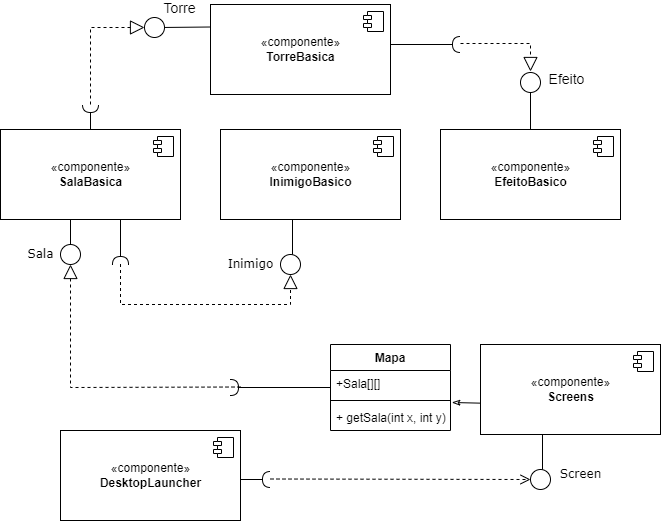
Grupo-Gustavo-Rodrigo-lab05/TrabPOO keeps this draw.io diagram as assets/DiagramaGeralComponentes.png. Above is the earlier version. Source tidied: cells renumbered, new cells last; positions are measured from the earlier drawing's top-left corner, leaving out a move shared by most shapes. Its diagram source:
```xml
<mxGraphModel>
  <root>
    <mxCell id="0" />
    <mxCell id="1" parent="0" />
    <mxCell id="2" style="edgeStyle=none;rounded=0;jettySize=auto;html=1;exitX=0.75;exitY=1;exitDx=0;exitDy=0;endArrow=halfCircle;endFill=0;" parent="1" edge="1" source="4">
      <mxGeometry relative="1" as="geometry">
        <mxPoint x="120" y="280" as="targetPoint" />
      </mxGeometry>
    </mxCell>
    <mxCell id="3" style="edgeStyle=none;rounded=0;jettySize=auto;html=1;endArrow=halfCircle;endFill=0;" parent="1" edge="1" source="4">
      <mxGeometry relative="1" as="geometry">
        <mxPoint x="90" y="120" as="targetPoint" />
      </mxGeometry>
    </mxCell>
    <mxCell id="4" value="Salas" style="shape=component;align=left;spacingLeft=36;rounded=0;shadow=0;comic=0;labelBackgroundColor=none;strokeWidth=1;fontFamily=Verdana;fontSize=12;html=1;" parent="1" vertex="1">
      <mxGeometry x="30" y="175" width="120" height="60" as="geometry" />
    </mxCell>
    <mxCell id="5" style="ellipse;whiteSpace=wrap;html=1;rounded=0;shadow=0;comic=0;labelBackgroundColor=none;strokeWidth=1;fontFamily=Verdana;fontSize=12;align=center;" parent="1" vertex="1">
      <mxGeometry x="60" y="260" width="20" height="20" as="geometry" />
    </mxCell>
    <mxCell id="6" value="Inimigos" style="shape=component;align=left;spacingLeft=36;rounded=0;shadow=0;comic=0;labelBackgroundColor=none;strokeWidth=1;fontFamily=Verdana;fontSize=12;html=1;" parent="1" vertex="1">
      <mxGeometry x="230" y="175" width="120" height="60" as="geometry" />
    </mxCell>
    <mxCell id="7" style="edgeStyle=none;rounded=0;jettySize=auto;html=1;exitX=1;exitY=0.5;exitDx=0;exitDy=0;endArrow=halfCircle;endFill=0;" parent="1" edge="1" source="8">
      <mxGeometry relative="1" as="geometry">
        <mxPoint x="270" y="495" as="targetPoint" />
      </mxGeometry>
    </mxCell>
    <mxCell id="8" value="Launcher" style="shape=component;align=left;spacingLeft=36;rounded=0;shadow=0;comic=0;labelBackgroundColor=none;strokeWidth=1;fontFamily=Verdana;fontSize=12;html=1;" parent="1" vertex="1">
      <mxGeometry x="110" y="465" width="120" height="60" as="geometry" />
    </mxCell>
    <mxCell id="9" value="Sala" style="edgeStyle=elbowEdgeStyle;rounded=0;html=1;labelBackgroundColor=none;startArrow=none;startFill=0;startSize=8;endArrow=none;endFill=0;endSize=16;fontFamily=Verdana;fontSize=12;" parent="1" edge="1" source="5" target="4">
      <mxGeometry x="-1" y="32" relative="1" as="geometry">
        <mxPoint x="2" y="10" as="offset" />
      </mxGeometry>
    </mxCell>
    <mxCell id="10" value="Efeitos" style="shape=component;align=left;spacingLeft=36;rounded=0;shadow=0;comic=0;labelBackgroundColor=none;strokeWidth=1;fontFamily=Verdana;fontSize=12;html=1;" parent="1" vertex="1">
      <mxGeometry x="450" y="175" width="120" height="60" as="geometry" />
    </mxCell>
    <mxCell id="11" style="edgeStyle=none;rounded=0;jettySize=auto;html=1;endArrow=classicThin;endFill=0;entryX=1.011;entryY=-0.077;entryDx=0;entryDy=0;entryPerimeter=0;" parent="1" edge="1" source="12" target="22">
      <mxGeometry relative="1" as="geometry" />
    </mxCell>
    <mxCell id="12" value="Screens" style="shape=component;align=left;spacingLeft=36;rounded=0;shadow=0;comic=0;labelBackgroundColor=none;strokeWidth=1;fontFamily=Verdana;fontSize=12;html=1;" parent="1" vertex="1">
      <mxGeometry x="480" y="390" width="120" height="60" as="geometry" />
    </mxCell>
    <mxCell id="13" style="ellipse;whiteSpace=wrap;html=1;rounded=0;shadow=0;comic=0;labelBackgroundColor=none;strokeWidth=1;fontFamily=Verdana;fontSize=12;align=center;" parent="1" vertex="1">
      <mxGeometry x="280" y="270" width="20" height="20" as="geometry" />
    </mxCell>
    <mxCell id="14" value="Inimigo" style="edgeStyle=elbowEdgeStyle;rounded=0;html=1;labelBackgroundColor=none;startArrow=none;startFill=0;startSize=8;endArrow=none;endFill=0;endSize=16;fontFamily=Verdana;fontSize=12;" parent="1" edge="1">
      <mxGeometry x="-1" y="43" relative="1" as="geometry">
        <mxPoint x="292" y="270" as="sourcePoint" />
        <mxPoint x="292" y="235" as="targetPoint" />
        <mxPoint x="1" y="10" as="offset" />
      </mxGeometry>
    </mxCell>
    <mxCell id="15" style="html=1;verticalAlign=bottom;endArrow=open;dashed=1;endSize=8;rounded=0;" parent="1" edge="1">
      <mxGeometry relative="1" as="geometry">
        <mxPoint x="270" y="494.5" as="sourcePoint" />
        <mxPoint x="530" y="495" as="targetPoint" />
      </mxGeometry>
    </mxCell>
    <mxCell id="16" style="ellipse;whiteSpace=wrap;html=1;rounded=0;shadow=0;comic=0;labelBackgroundColor=none;strokeWidth=1;fontFamily=Verdana;fontSize=12;align=center;" parent="1" vertex="1">
      <mxGeometry x="530" y="485" width="20" height="20" as="geometry" />
    </mxCell>
    <mxCell id="17" value="Screen" style="edgeStyle=elbowEdgeStyle;rounded=0;html=1;labelBackgroundColor=none;startArrow=none;startFill=0;startSize=8;endArrow=none;endFill=0;endSize=16;fontFamily=Verdana;fontSize=12;" parent="1" edge="1">
      <mxGeometry x="-1" y="-38" relative="1" as="geometry">
        <mxPoint x="542" y="485" as="sourcePoint" />
        <mxPoint x="542" y="450" as="targetPoint" />
        <mxPoint y="5" as="offset" />
      </mxGeometry>
    </mxCell>
    <mxCell id="18" style="edgeStyle=none;rounded=0;jettySize=auto;html=1;endArrow=halfCircle;endFill=0;" parent="1" edge="1" source="19">
      <mxGeometry relative="1" as="geometry">
        <mxPoint x="230" y="403" as="targetPoint" />
      </mxGeometry>
    </mxCell>
    <mxCell id="19" value="Mapa" style="swimlane;fontStyle=1;align=center;verticalAlign=top;horizontal=1;startSize=26;" parent="1" vertex="1">
      <mxGeometry x="330" y="360" width="120" height="86" as="geometry" />
    </mxCell>
    <mxCell id="20" value="+Sala[][]" style="text;strokeColor=none;fillColor=none;align=left;verticalAlign=top;spacingLeft=4;spacingRight=4;overflow=hidden;" parent="19" vertex="1">
      <mxGeometry y="26" width="120" height="26" as="geometry" />
    </mxCell>
    <mxCell id="21" style="line;strokeWidth=1;fillColor=none;align=left;verticalAlign=middle;spacingTop=-1;spacingLeft=3;spacingRight=3;labelPosition=right;" parent="19" vertex="1">
      <mxGeometry y="52" width="120" height="8" as="geometry" />
    </mxCell>
    <mxCell id="22" value="+ getSala(int x, int y)" style="text;strokeColor=none;fillColor=none;align=left;verticalAlign=top;spacingLeft=4;spacingRight=4;overflow=hidden;points=[[0,0.5],[1,0.5]];portConstraint=eastwest;" parent="19" vertex="1">
      <mxGeometry y="60" width="120" height="26" as="geometry" />
    </mxCell>
    <mxCell id="23" style="endArrow=block;dashed=1;endFill=0;endSize=12;html=1;rounded=0;entryX=0.5;entryY=1;entryDx=0;entryDy=0;" parent="1" edge="1" target="5">
      <mxGeometry relative="1" as="geometry">
        <mxPoint x="240" y="402.5" as="sourcePoint" />
        <Array as="points">
          <mxPoint x="70" y="403" />
        </Array>
      </mxGeometry>
    </mxCell>
    <mxCell id="24" style="endArrow=block;dashed=1;endFill=0;endSize=12;html=1;rounded=0;entryX=0.5;entryY=1;entryDx=0;entryDy=0;" parent="1" edge="1" target="13">
      <mxGeometry relative="1" as="geometry">
        <mxPoint x="120" y="279.5" as="sourcePoint" />
        <Array as="points">
          <mxPoint x="120" y="320" />
          <mxPoint x="290" y="320" />
        </Array>
      </mxGeometry>
    </mxCell>
    <mxCell id="25" style="edgeStyle=none;rounded=0;jettySize=auto;html=1;endArrow=halfCircle;endFill=0;" parent="1" edge="1" source="26">
      <mxGeometry relative="1" as="geometry">
        <mxPoint x="280" y="85" as="targetPoint" />
      </mxGeometry>
    </mxCell>
    <mxCell id="26" value="Torre" style="shape=module;align=left;spacingLeft=20;align=center;verticalAlign=top;" parent="1" vertex="1">
      <mxGeometry x="240" y="60" width="100" height="50" as="geometry" />
    </mxCell>
    <mxCell id="27" value="«componente»&lt;br&gt;&lt;b&gt;SalaBasica&lt;/b&gt;" style="html=1;" parent="1" vertex="1">
      <mxGeometry y="145" width="180" height="90" as="geometry" />
    </mxCell>
    <mxCell id="28" style="shape=module;jettyWidth=8;jettyHeight=4;" parent="27" vertex="1">
      <mxGeometry x="1" width="20" height="20" relative="1" as="geometry">
        <mxPoint x="-27" y="7" as="offset" />
      </mxGeometry>
    </mxCell>
    <mxCell id="29" value="«componente»&lt;br&gt;&lt;b&gt;InimigoBasico&lt;/b&gt;" style="html=1;" parent="1" vertex="1">
      <mxGeometry x="220" y="145" width="180" height="90" as="geometry" />
    </mxCell>
    <mxCell id="30" style="shape=module;jettyWidth=8;jettyHeight=4;" parent="29" vertex="1">
      <mxGeometry x="1" width="20" height="20" relative="1" as="geometry">
        <mxPoint x="-27" y="7" as="offset" />
      </mxGeometry>
    </mxCell>
    <mxCell id="31" style="edgeStyle=none;rounded=0;jettySize=auto;html=1;exitX=0.5;exitY=0;exitDx=0;exitDy=0;fontSize=14;endArrow=oval;endFill=0;" parent="1" edge="1" source="32">
      <mxGeometry relative="1" as="geometry">
        <mxPoint x="530" y="100" as="targetPoint" />
      </mxGeometry>
    </mxCell>
    <mxCell id="32" value="«componente»&lt;br&gt;&lt;b&gt;EfeitoBasico&lt;/b&gt;" style="html=1;" parent="1" vertex="1">
      <mxGeometry x="440" y="145" width="180" height="90" as="geometry" />
    </mxCell>
    <mxCell id="33" style="shape=module;jettyWidth=8;jettyHeight=4;" parent="32" vertex="1">
      <mxGeometry x="1" width="20" height="20" relative="1" as="geometry">
        <mxPoint x="-27" y="7" as="offset" />
      </mxGeometry>
    </mxCell>
    <mxCell id="34" value="«componente»&lt;br&gt;&lt;b&gt;Screens&lt;/b&gt;" style="html=1;" parent="1" vertex="1">
      <mxGeometry x="480" y="360" width="180" height="90" as="geometry" />
    </mxCell>
    <mxCell id="35" style="shape=module;jettyWidth=8;jettyHeight=4;" parent="34" vertex="1">
      <mxGeometry x="1" width="20" height="20" relative="1" as="geometry">
        <mxPoint x="-27" y="7" as="offset" />
      </mxGeometry>
    </mxCell>
    <mxCell id="36" value="«componente»&lt;br&gt;&lt;b&gt;DesktopLauncher&lt;/b&gt;" style="html=1;" parent="1" vertex="1">
      <mxGeometry x="60" y="446" width="180" height="90" as="geometry" />
    </mxCell>
    <mxCell id="37" style="shape=module;jettyWidth=8;jettyHeight=4;" parent="36" vertex="1">
      <mxGeometry x="1" width="20" height="20" relative="1" as="geometry">
        <mxPoint x="-27" y="7" as="offset" />
      </mxGeometry>
    </mxCell>
    <mxCell id="38" style="edgeStyle=none;rounded=0;jettySize=auto;html=1;exitX=0;exitY=0.25;exitDx=0;exitDy=0;endArrow=oval;endFill=0;" parent="1" edge="1" source="41">
      <mxGeometry relative="1" as="geometry">
        <mxPoint x="160" y="43" as="targetPoint" />
      </mxGeometry>
    </mxCell>
    <mxCell id="39" value="Torre" style="edgeLabel;html=1;align=center;verticalAlign=middle;fontSize=14;" parent="38" vertex="1">
      <mxGeometry x="0.41" y="-2" relative="1" as="geometry">
        <mxPoint x="4" y="-17" as="offset" />
      </mxGeometry>
    </mxCell>
    <mxCell id="40" style="edgeStyle=none;rounded=0;orthogonalLoop=1;jettySize=auto;html=1;fontSize=14;endArrow=halfCircle;endFill=0;" parent="1" edge="1">
      <mxGeometry relative="1" as="geometry">
        <mxPoint x="390" y="60" as="sourcePoint" />
        <mxPoint x="460" y="60" as="targetPoint" />
      </mxGeometry>
    </mxCell>
    <mxCell id="41" value="«componente»&lt;br&gt;&lt;b&gt;TorreBasica&lt;/b&gt;" style="html=1;" parent="1" vertex="1">
      <mxGeometry x="210" y="20" width="180" height="90" as="geometry" />
    </mxCell>
    <mxCell id="42" style="shape=module;jettyWidth=8;jettyHeight=4;" parent="41" vertex="1">
      <mxGeometry x="1" width="20" height="20" relative="1" as="geometry">
        <mxPoint x="-27" y="7" as="offset" />
      </mxGeometry>
    </mxCell>
    <mxCell id="43" style="ellipse;whiteSpace=wrap;html=1;rounded=0;shadow=0;comic=0;labelBackgroundColor=none;strokeWidth=1;fontFamily=Verdana;fontSize=12;align=center;direction=east;flipV=0;" parent="1" vertex="1">
      <mxGeometry x="144" y="33" width="20" height="20" as="geometry" />
    </mxCell>
    <mxCell id="44" style="endArrow=block;dashed=1;endFill=0;endSize=12;html=1;rounded=0;entryX=0;entryY=0.5;entryDx=0;entryDy=0;" parent="1" edge="1" target="43">
      <mxGeometry relative="1" as="geometry">
        <mxPoint x="90" y="120" as="sourcePoint" />
        <Array as="points">
          <mxPoint x="90" y="43" />
        </Array>
      </mxGeometry>
    </mxCell>
    <mxCell id="45" style="ellipse;whiteSpace=wrap;html=1;rounded=0;shadow=0;comic=0;labelBackgroundColor=none;strokeWidth=1;fontFamily=Verdana;fontSize=12;align=center;direction=east;flipV=0;" parent="1" vertex="1">
      <mxGeometry x="520" y="88" width="20" height="20" as="geometry" />
    </mxCell>
    <mxCell id="46" style="endArrow=block;dashed=1;endFill=0;endSize=12;html=1;rounded=0;fontSize=14;entryX=0.5;entryY=0;entryDx=0;entryDy=0;" parent="1" edge="1">
      <mxGeometry relative="1" as="geometry">
        <mxPoint x="460" y="59" as="sourcePoint" />
        <mxPoint x="530" y="87" as="targetPoint" />
        <Array as="points">
          <mxPoint x="530" y="59" />
        </Array>
      </mxGeometry>
    </mxCell>
    <mxCell id="47" value="Efeito" style="edgeLabel;html=1;align=center;verticalAlign=middle;fontSize=14;" parent="1" vertex="1">
      <mxGeometry x="200" as="geometry">
        <mxPoint x="365" y="94" as="offset" />
      </mxGeometry>
    </mxCell>
  </root>
</mxGraphModel>
```
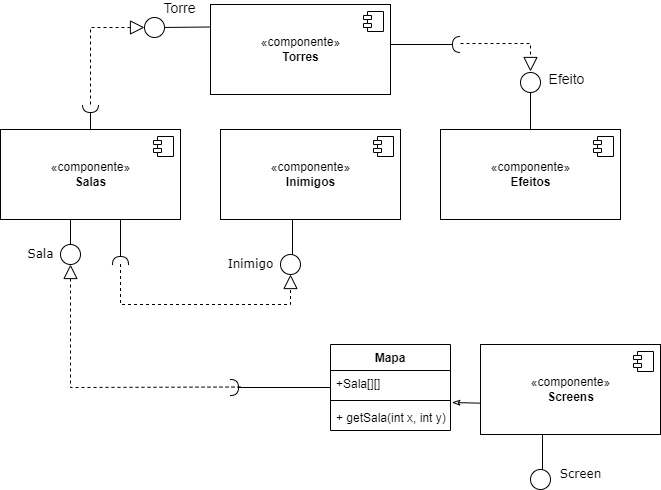
The same file after the commit.

Diff of the diagram source:
```diff
@@ -21,14 +21,6 @@
     <mxCell id="6" value="Inimigos" style="shape=component;align=left;spacingLeft=36;rounded=0;shadow=0;comic=0;labelBackgroundColor=none;strokeWidth=1;fontFamily=Verdana;fontSize=12;html=1;" parent="1" vertex="1">
       <mxGeometry x="230" y="175" width="120" height="60" as="geometry" />
     </mxCell>
-    <mxCell id="7" style="edgeStyle=none;rounded=0;jettySize=auto;html=1;exitX=1;exitY=0.5;exitDx=0;exitDy=0;endArrow=halfCircle;endFill=0;" parent="1" edge="1" source="8">
-      <mxGeometry relative="1" as="geometry">
-        <mxPoint x="270" y="495" as="targetPoint" />
-      </mxGeometry>
-    </mxCell>
-    <mxCell id="8" value="Launcher" style="shape=component;align=left;spacingLeft=36;rounded=0;shadow=0;comic=0;labelBackgroundColor=none;strokeWidth=1;fontFamily=Verdana;fontSize=12;html=1;" parent="1" vertex="1">
-      <mxGeometry x="110" y="465" width="120" height="60" as="geometry" />
-    </mxCell>
     <mxCell id="9" value="Sala" style="edgeStyle=elbowEdgeStyle;rounded=0;html=1;labelBackgroundColor=none;startArrow=none;startFill=0;startSize=8;endArrow=none;endFill=0;endSize=16;fontFamily=Verdana;fontSize=12;" parent="1" edge="1" source="5" target="4">
       <mxGeometry x="-1" y="32" relative="1" as="geometry">
         <mxPoint x="2" y="10" as="offset" />
@@ -53,12 +45,6 @@
         <mxPoint x="1" y="10" as="offset" />
       </mxGeometry>
     </mxCell>
-    <mxCell id="15" style="html=1;verticalAlign=bottom;endArrow=open;dashed=1;endSize=8;rounded=0;" parent="1" edge="1">
-      <mxGeometry relative="1" as="geometry">
-        <mxPoint x="270" y="494.5" as="sourcePoint" />
-        <mxPoint x="530" y="495" as="targetPoint" />
-      </mxGeometry>
-    </mxCell>
     <mxCell id="16" style="ellipse;whiteSpace=wrap;html=1;rounded=0;shadow=0;comic=0;labelBackgroundColor=none;strokeWidth=1;fontFamily=Verdana;fontSize=12;align=center;" parent="1" vertex="1">
       <mxGeometry x="530" y="485" width="20" height="20" as="geometry" />
     </mxCell>
@@ -111,7 +97,7 @@
     <mxCell id="26" value="Torre" style="shape=module;align=left;spacingLeft=20;align=center;verticalAlign=top;" parent="1" vertex="1">
       <mxGeometry x="240" y="60" width="100" height="50" as="geometry" />
     </mxCell>
-    <mxCell id="27" value="«componente»&lt;br&gt;&lt;b&gt;SalaBasica&lt;/b&gt;" style="html=1;" parent="1" vertex="1">
+    <mxCell id="27" value="«componente»&lt;br&gt;&lt;b&gt;Salas&lt;/b&gt;" style="html=1;" parent="1" vertex="1">
       <mxGeometry y="145" width="180" height="90" as="geometry" />
     </mxCell>
     <mxCell id="28" style="shape=module;jettyWidth=8;jettyHeight=4;" parent="27" vertex="1">
@@ -119,7 +105,7 @@
         <mxPoint x="-27" y="7" as="offset" />
       </mxGeometry>
     </mxCell>
-    <mxCell id="29" value="«componente»&lt;br&gt;&lt;b&gt;InimigoBasico&lt;/b&gt;" style="html=1;" parent="1" vertex="1">
+    <mxCell id="29" value="«componente»&lt;br&gt;&lt;b&gt;Inimigos&lt;/b&gt;" style="html=1;" parent="1" vertex="1">
       <mxGeometry x="220" y="145" width="180" height="90" as="geometry" />
     </mxCell>
     <mxCell id="30" style="shape=module;jettyWidth=8;jettyHeight=4;" parent="29" vertex="1">
@@ -132,7 +118,7 @@
         <mxPoint x="530" y="100" as="targetPoint" />
       </mxGeometry>
     </mxCell>
-    <mxCell id="32" value="«componente»&lt;br&gt;&lt;b&gt;EfeitoBasico&lt;/b&gt;" style="html=1;" parent="1" vertex="1">
+    <mxCell id="32" value="«componente»&lt;br&gt;&lt;b&gt;Efeitos&lt;/b&gt;" style="html=1;" parent="1" vertex="1">
       <mxGeometry x="440" y="145" width="180" height="90" as="geometry" />
     </mxCell>
     <mxCell id="33" style="shape=module;jettyWidth=8;jettyHeight=4;" parent="32" vertex="1">
@@ -148,14 +134,6 @@
         <mxPoint x="-27" y="7" as="offset" />
       </mxGeometry>
     </mxCell>
-    <mxCell id="36" value="«componente»&lt;br&gt;&lt;b&gt;DesktopLauncher&lt;/b&gt;" style="html=1;" parent="1" vertex="1">
-      <mxGeometry x="60" y="446" width="180" height="90" as="geometry" />
-    </mxCell>
-    <mxCell id="37" style="shape=module;jettyWidth=8;jettyHeight=4;" parent="36" vertex="1">
-      <mxGeometry x="1" width="20" height="20" relative="1" as="geometry">
-        <mxPoint x="-27" y="7" as="offset" />
-      </mxGeometry>
-    </mxCell>
     <mxCell id="38" style="edgeStyle=none;rounded=0;jettySize=auto;html=1;exitX=0;exitY=0.25;exitDx=0;exitDy=0;endArrow=oval;endFill=0;" parent="1" edge="1" source="41">
       <mxGeometry relative="1" as="geometry">
         <mxPoint x="160" y="43" as="targetPoint" />
@@ -172,7 +150,7 @@
         <mxPoint x="460" y="60" as="targetPoint" />
       </mxGeometry>
     </mxCell>
-    <mxCell id="41" value="«componente»&lt;br&gt;&lt;b&gt;TorreBasica&lt;/b&gt;" style="html=1;" parent="1" vertex="1">
+    <mxCell id="41" value="«componente»&lt;br&gt;&lt;b&gt;Torres&lt;/b&gt;" style="html=1;" parent="1" vertex="1">
       <mxGeometry x="210" y="20" width="180" height="90" as="geometry" />
     </mxCell>
     <mxCell id="42" style="shape=module;jettyWidth=8;jettyHeight=4;" parent="41" vertex="1">
```
